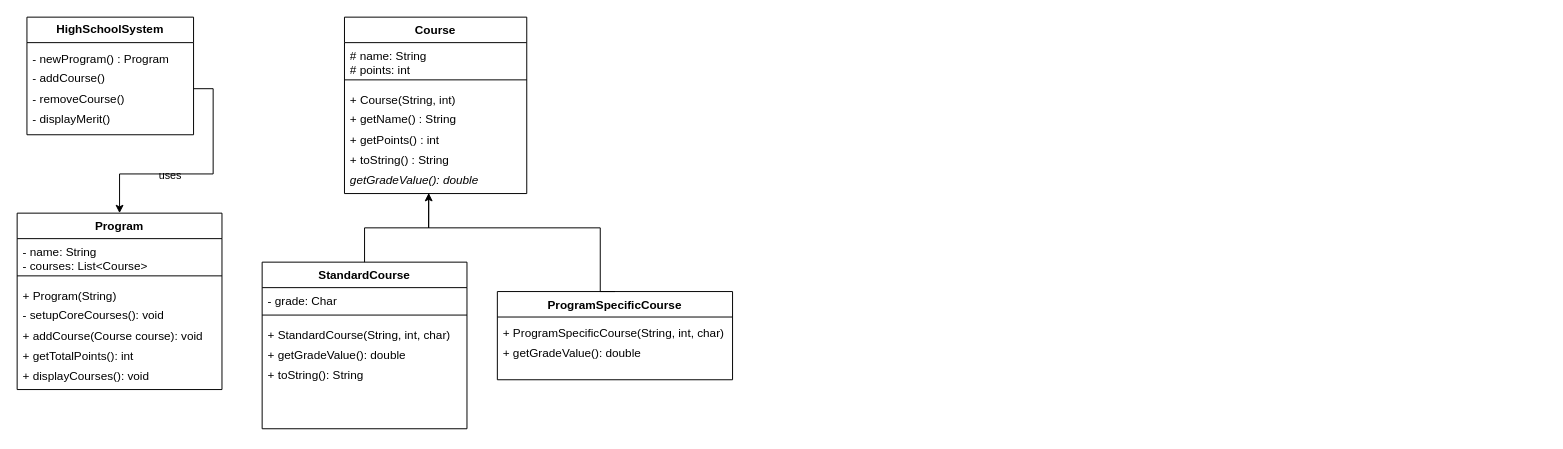
The draw.io diagram umlEditable.drawio in iamsundered/swedish-highschool-merit-calculator, before the edit. Source tidied: cells renumbered, new cells numbered last; positions are measured from the earlier drawing's top-left corner, leaving out a move shared by most shapes. Both pictures are drawn from the tidied source at 98%, with x=0, y=0 at pixel (17, 17).
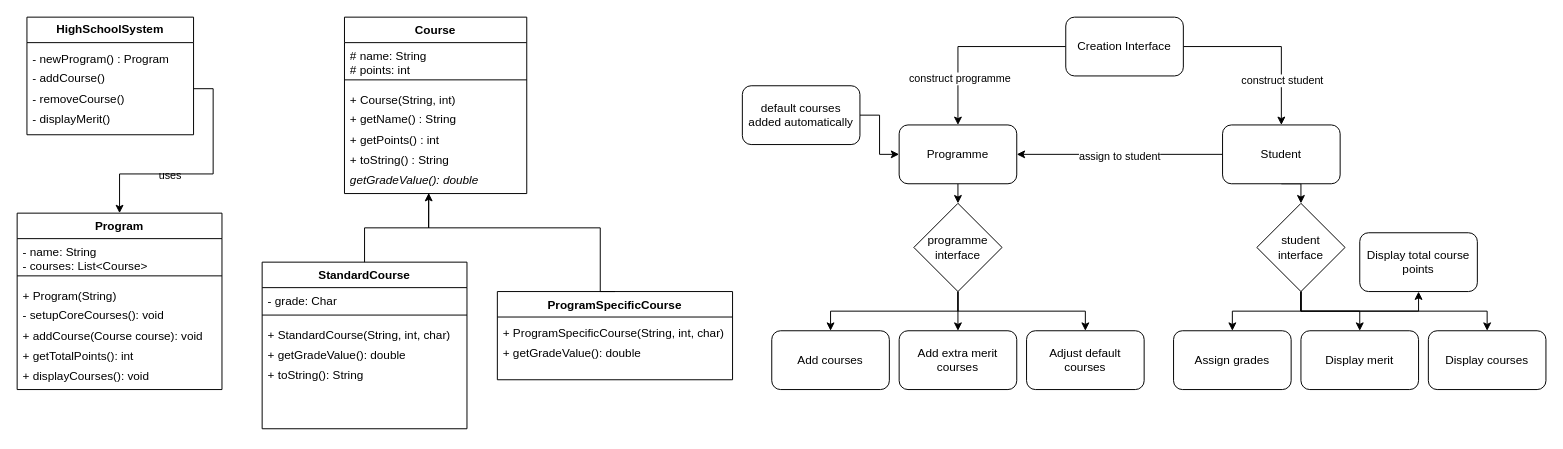
The same diagram, later.

The edit, as a diff of the source:
```diff
@@
+    <mxCell id="22" style="edgeStyle=orthogonalEdgeStyle;rounded=0;jettySize=auto;html=1;entryX=1;entryY=0.5;entryDx=0;entryDy=0;" parent="1" edge="1" source="25" target="32">
+      <mxGeometry relative="1" as="geometry" />
+    </mxCell>
+    <mxCell id="23" value="assign to student" style="edgeLabel;html=1;align=center;verticalAlign=middle;" parent="22" vertex="1">
+      <mxGeometry x="0.01" y="1" relative="1" as="geometry" />
+    </mxCell>
+    <mxCell id="24" style="edgeStyle=orthogonalEdgeStyle;rounded=0;jettySize=auto;html=1;exitX=0.5;exitY=1;exitDx=0;exitDy=0;entryX=0.5;entryY=0;entryDx=0;entryDy=0;" parent="1" edge="1" source="25" target="50">
+      <mxGeometry relative="1" as="geometry" />
+    </mxCell>
+    <mxCell id="25" value="Student" style="rounded=1;whiteSpace=wrap;html=1;" parent="1" vertex="1">
+      <mxGeometry x="1230" y="110" width="120" height="60" as="geometry" />
+    </mxCell>
+    <mxCell id="26" style="edgeStyle=orthogonalEdgeStyle;rounded=0;jettySize=auto;html=1;entryX=0.5;entryY=0;entryDx=0;entryDy=0;" parent="1" edge="1" source="30" target="25">
+      <mxGeometry relative="1" as="geometry" />
+    </mxCell>
+    <mxCell id="27" value="construct student" style="edgeLabel;html=1;align=center;verticalAlign=middle;" parent="26" vertex="1">
+      <mxGeometry x="0.49" relative="1" as="geometry" />
+    </mxCell>
+    <mxCell id="28" style="edgeStyle=orthogonalEdgeStyle;rounded=0;jettySize=auto;html=1;entryX=0.5;entryY=0;entryDx=0;entryDy=0;" parent="1" edge="1" source="30" target="32">
+      <mxGeometry relative="1" as="geometry" />
+    </mxCell>
+    <mxCell id="29" value="construct programme" style="edgeLabel;html=1;align=center;verticalAlign=middle;" parent="28" vertex="1">
+      <mxGeometry x="0.61" y="1" relative="1" as="geometry">
+        <mxPoint y="-11" as="offset" />
+      </mxGeometry>
+    </mxCell>
+    <mxCell id="30" value="Creation Interface" style="rounded=1;whiteSpace=wrap;html=1;" parent="1" vertex="1">
+      <mxGeometry x="1070" width="120" height="60" as="geometry" />
+    </mxCell>
+    <mxCell id="31" style="edgeStyle=orthogonalEdgeStyle;rounded=0;jettySize=auto;html=1;exitX=0.5;exitY=1;exitDx=0;exitDy=0;entryX=0.5;entryY=0;entryDx=0;entryDy=0;" parent="1" edge="1" source="32" target="45">
+      <mxGeometry relative="1" as="geometry" />
+    </mxCell>
+    <mxCell id="32" value="Programme" style="rounded=1;whiteSpace=wrap;html=1;" parent="1" vertex="1">
+      <mxGeometry x="900" y="110" width="120" height="60" as="geometry" />
+    </mxCell>
+    <mxCell id="33" value="Add courses" style="rounded=1;whiteSpace=wrap;html=1;" parent="1" vertex="1">
+      <mxGeometry x="770" y="320" width="120" height="60" as="geometry" />
+    </mxCell>
+    <mxCell id="34" value="Add extra merit courses" style="rounded=1;whiteSpace=wrap;html=1;" parent="1" vertex="1">
+      <mxGeometry x="900" y="320" width="120" height="60" as="geometry" />
+    </mxCell>
+    <mxCell id="35" style="edgeStyle=orthogonalEdgeStyle;rounded=0;jettySize=auto;html=1;entryX=0;entryY=0.5;entryDx=0;entryDy=0;" parent="1" edge="1" source="36" target="32">
+      <mxGeometry relative="1" as="geometry" />
+    </mxCell>
+    <mxCell id="36" value="default courses added automatically" style="rounded=1;whiteSpace=wrap;html=1;" parent="1" vertex="1">
+      <mxGeometry x="740" y="70" width="120" height="60" as="geometry" />
+    </mxCell>
+    <mxCell id="37" value="Adjust default courses" style="rounded=1;whiteSpace=wrap;html=1;" parent="1" vertex="1">
+      <mxGeometry x="1030" y="320" width="120" height="60" as="geometry" />
+    </mxCell>
+    <mxCell id="38" value="Assign grades" style="rounded=1;whiteSpace=wrap;html=1;" parent="1" vertex="1">
+      <mxGeometry x="1180" y="320" width="120" height="60" as="geometry" />
+    </mxCell>
+    <mxCell id="39" value="Display courses" style="rounded=1;whiteSpace=wrap;html=1;" parent="1" vertex="1">
+      <mxGeometry x="1440" y="320" width="120" height="60" as="geometry" />
+    </mxCell>
+    <mxCell id="40" value="Display merit" style="rounded=1;whiteSpace=wrap;html=1;" parent="1" vertex="1">
+      <mxGeometry x="1310" y="320" width="120" height="60" as="geometry" />
+    </mxCell>
+    <mxCell id="41" value="Display total course points" style="rounded=1;whiteSpace=wrap;html=1;" parent="1" vertex="1">
+      <mxGeometry x="1370" y="220" width="120" height="60" as="geometry" />
+    </mxCell>
+    <mxCell id="42" style="edgeStyle=orthogonalEdgeStyle;rounded=0;jettySize=auto;html=1;entryX=0.5;entryY=0;entryDx=0;entryDy=0;" parent="1" edge="1" source="45" target="34">
+      <mxGeometry relative="1" as="geometry" />
+    </mxCell>
+    <mxCell id="43" style="edgeStyle=orthogonalEdgeStyle;rounded=0;jettySize=auto;html=1;exitX=0.5;exitY=1;exitDx=0;exitDy=0;entryX=0.5;entryY=0;entryDx=0;entryDy=0;" parent="1" edge="1" source="45" target="37">
+      <mxGeometry relative="1" as="geometry" />
+    </mxCell>
+    <mxCell id="44" style="edgeStyle=orthogonalEdgeStyle;rounded=0;jettySize=auto;html=1;exitX=0.5;exitY=1;exitDx=0;exitDy=0;entryX=0.5;entryY=0;entryDx=0;entryDy=0;" parent="1" edge="1" source="45" target="33">
+      <mxGeometry relative="1" as="geometry" />
+    </mxCell>
+    <mxCell id="45" value="programme interface" style="rhombus;whiteSpace=wrap;html=1;" parent="1" vertex="1">
+      <mxGeometry x="915" y="190" width="90" height="90" as="geometry" />
+    </mxCell>
+    <mxCell id="46" style="edgeStyle=orthogonalEdgeStyle;rounded=0;jettySize=auto;html=1;exitX=0.5;exitY=1;exitDx=0;exitDy=0;entryX=0.5;entryY=0;entryDx=0;entryDy=0;" parent="1" edge="1" source="50" target="38">
+      <mxGeometry relative="1" as="geometry" />
+    </mxCell>
+    <mxCell id="47" style="edgeStyle=orthogonalEdgeStyle;rounded=0;jettySize=auto;html=1;exitX=0.5;exitY=1;exitDx=0;exitDy=0;entryX=0.5;entryY=0;entryDx=0;entryDy=0;" parent="1" edge="1" source="50" target="40">
+      <mxGeometry relative="1" as="geometry" />
+    </mxCell>
+    <mxCell id="48" style="edgeStyle=orthogonalEdgeStyle;rounded=0;jettySize=auto;html=1;exitX=0.5;exitY=1;exitDx=0;exitDy=0;entryX=0.5;entryY=0;entryDx=0;entryDy=0;" parent="1" edge="1" source="50" target="39">
+      <mxGeometry relative="1" as="geometry" />
+    </mxCell>
+    <mxCell id="49" style="edgeStyle=orthogonalEdgeStyle;rounded=0;jettySize=auto;html=1;exitX=0.5;exitY=1;exitDx=0;exitDy=0;entryX=0.5;entryY=1;entryDx=0;entryDy=0;" parent="1" edge="1" source="50" target="41">
+      <mxGeometry relative="1" as="geometry" />
+    </mxCell>
+    <mxCell id="50" value="student interface" style="rhombus;whiteSpace=wrap;html=1;" parent="1" vertex="1">
+      <mxGeometry x="1265" y="190" width="90" height="90" as="geometry" />
+    </mxCell>
```
